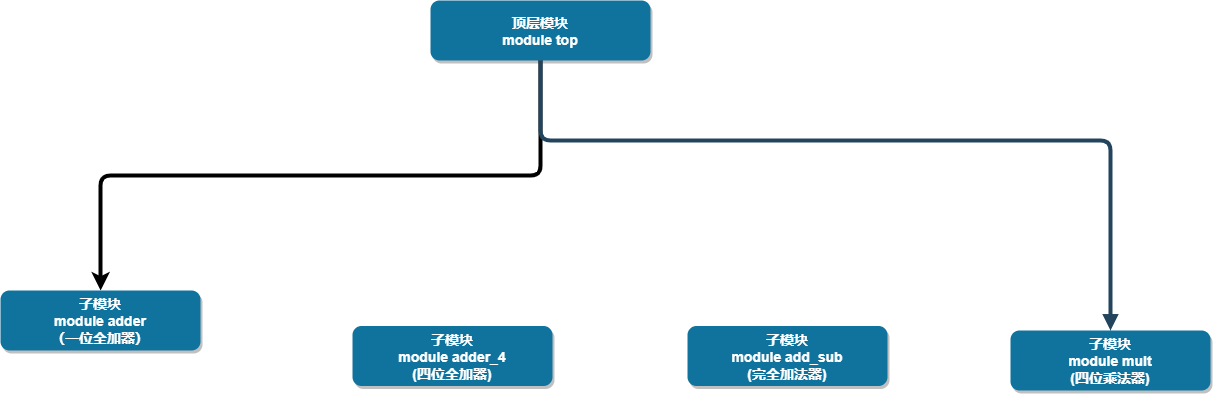
This is module_3.png from phanen/pic, a draw.io export, as it was before one commit. Source tidied: cells renumbered, new cells last; positions are measured from the earlier drawing's top-left corner, leaving out a move shared by most shapes.
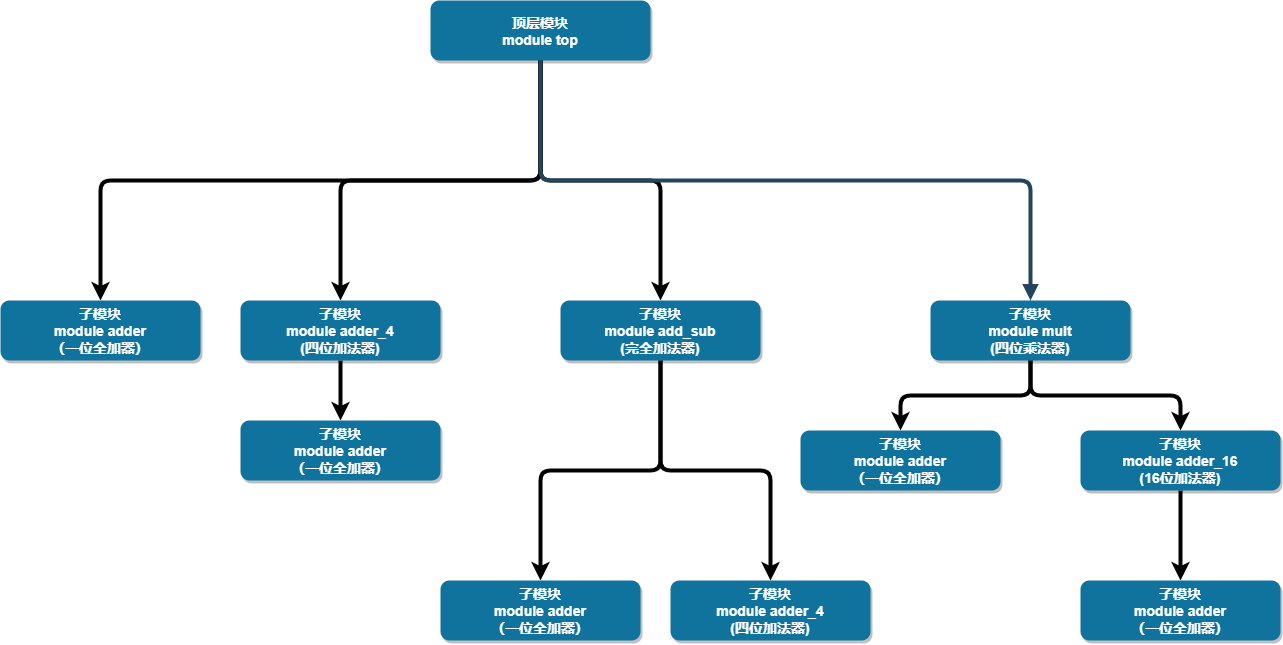
The same file after the commit.

The edit, as a diff of the source:
```diff
@@ -3,31 +3,79 @@
     <mxCell id="0" />
     <mxCell id="1" parent="0" />
     <mxCell id="2" style="edgeStyle=orthogonalEdgeStyle;rounded=1;jettySize=auto;html=1;exitX=0.5;exitY=1;exitDx=0;exitDy=0;strokeWidth=4;" parent="1" edge="1" source="3" target="4">
-      <mxGeometry relative="1" as="geometry" />
+      <mxGeometry relative="1" as="geometry">
+        <Array as="points">
+          <mxPoint x="540" y="120" />
+          <mxPoint x="100" y="120" />
+        </Array>
+      </mxGeometry>
     </mxCell>
+    <mxCell id="9" style="edgeStyle=orthogonalEdgeStyle;rounded=1;jettySize=auto;html=1;strokeWidth=4;" parent="1" edge="1" source="3" target="5">
+      <mxGeometry relative="1" as="geometry" />
+    </mxCell>
+    <mxCell id="10" style="edgeStyle=orthogonalEdgeStyle;rounded=1;jettySize=auto;html=1;entryX=0.5;entryY=0;entryDx=0;entryDy=0;strokeWidth=4;" parent="1" edge="1" source="3" target="6">
+      <mxGeometry relative="1" as="geometry" />
+    </mxCell>
     <mxCell id="3" value="顶层模块&#10;module top" style="rounded=1;fillColor=#10739E;strokeColor=none;shadow=1;gradientColor=none;fontStyle=1;fontColor=#FFFFFF;fontSize=14;" parent="1" vertex="1">
-      <mxGeometry x="430" width="220" height="60" as="geometry" />
+      <mxGeometry x="430" y="-60" width="220" height="60" as="geometry" />
     </mxCell>
     <mxCell id="4" value="子模块&#10;module adder&#10;（一位全加器）" style="rounded=1;fillColor=#10739E;strokeColor=none;shadow=1;gradientColor=none;fontStyle=1;fontColor=#FFFFFF;fontSize=14;" parent="1" vertex="1">
-      <mxGeometry y="290" width="200" height="60" as="geometry" />
+      <mxGeometry y="240" width="200" height="60" as="geometry" />
     </mxCell>
+    <mxCell id="11" style="edgeStyle=orthogonalEdgeStyle;rounded=1;jettySize=auto;html=1;strokeWidth=4;" parent="1" edge="1" source="5" target="17">
+      <mxGeometry relative="1" as="geometry" />
+    </mxCell>
-    <mxCell id="5" value="子模块&#10;module adder_4&#10;(四位全加器)" style="rounded=1;fillColor=#10739E;strokeColor=none;shadow=1;gradientColor=none;fontStyle=1;fontColor=#FFFFFF;fontSize=14;" parent="1" vertex="1">
-      <mxGeometry x="352" y="325.5" width="200" height="60" as="geometry" />
+    <mxCell id="5" value="子模块&#10;module adder_4&#10;(四位加法器)" style="rounded=1;fillColor=#10739E;strokeColor=none;shadow=1;gradientColor=none;fontStyle=1;fontColor=#FFFFFF;fontSize=14;" parent="1" vertex="1">
+      <mxGeometry x="240" y="240" width="200" height="60" as="geometry" />
     </mxCell>
+    <mxCell id="12" style="edgeStyle=orthogonalEdgeStyle;rounded=1;jettySize=auto;html=1;strokeWidth=4;" parent="1" edge="1" source="6" target="16">
+      <mxGeometry relative="1" as="geometry" />
+    </mxCell>
+    <mxCell id="13" style="edgeStyle=orthogonalEdgeStyle;rounded=1;jettySize=auto;html=1;entryX=0.5;entryY=0;entryDx=0;entryDy=0;strokeWidth=4;" parent="1" edge="1" source="6" target="22">
+      <mxGeometry relative="1" as="geometry" />
+    </mxCell>
     <mxCell id="6" value="子模块&#10;module add_sub&#10;(完全加法器)" style="rounded=1;fillColor=#10739E;strokeColor=none;shadow=1;gradientColor=none;fontStyle=1;fontColor=#FFFFFF;fontSize=14;" parent="1" vertex="1">
-      <mxGeometry x="687" y="325.5" width="200" height="60" as="geometry" />
+      <mxGeometry x="560" y="240" width="200" height="60" as="geometry" />
     </mxCell>
     <mxCell id="7" style="edgeStyle=elbowEdgeStyle;elbow=vertical;strokeWidth=4;endArrow=block;endFill=1;fontStyle=1;strokeColor=#23445D;entryX=0.5;entryY=0;entryDx=0;entryDy=0;" parent="1" edge="1" source="3" target="8">
       <mxGeometry x="22" y="165.5" as="geometry">
         <Array as="points">
+          <mxPoint x="660" y="120" />
           <mxPoint x="1100" y="140" />
           <mxPoint x="1000" y="110" />
           <mxPoint x="790" y="240" />
         </Array>
       </mxGeometry>
     </mxCell>
+    <mxCell id="14" style="edgeStyle=orthogonalEdgeStyle;rounded=1;jettySize=auto;html=1;exitX=0.5;exitY=1;exitDx=0;exitDy=0;entryX=0.5;entryY=0;entryDx=0;entryDy=0;strokeWidth=4;" parent="1" edge="1" source="8" target="20">
+      <mxGeometry relative="1" as="geometry" />
+    </mxCell>
+    <mxCell id="15" style="edgeStyle=orthogonalEdgeStyle;rounded=1;jettySize=auto;html=1;exitX=0.5;exitY=1;exitDx=0;exitDy=0;entryX=0.5;entryY=0;entryDx=0;entryDy=0;strokeWidth=4;" parent="1" edge="1" source="8" target="18">
+      <mxGeometry relative="1" as="geometry" />
+    </mxCell>
     <mxCell id="8" value="子模块&#10;module mult&#10;(四位乘法器)" style="rounded=1;fillColor=#10739E;strokeColor=none;shadow=1;gradientColor=none;fontStyle=1;fontColor=#FFFFFF;fontSize=14;" parent="1" vertex="1">
-      <mxGeometry x="1010" y="330" width="200" height="60" as="geometry" />
+      <mxGeometry x="930" y="240" width="200" height="60" as="geometry" />
     </mxCell>
+    <mxCell id="16" value="子模块&#10;module adder_4&#10;(四位加法器)" style="rounded=1;fillColor=#10739E;strokeColor=none;shadow=1;gradientColor=none;fontStyle=1;fontColor=#FFFFFF;fontSize=14;" parent="1" vertex="1">
+      <mxGeometry x="670" y="520" width="200" height="60" as="geometry" />
+    </mxCell>
+    <mxCell id="17" value="子模块&#10;module adder&#10;（一位全加器）" style="rounded=1;fillColor=#10739E;strokeColor=none;shadow=1;gradientColor=none;fontStyle=1;fontColor=#FFFFFF;fontSize=14;" parent="1" vertex="1">
+      <mxGeometry x="240" y="360" width="200" height="60" as="geometry" />
+    </mxCell>
+    <mxCell id="18" value="子模块&#10;module adder&#10;（一位全加器）" style="rounded=1;fillColor=#10739E;strokeColor=none;shadow=1;gradientColor=none;fontStyle=1;fontColor=#FFFFFF;fontSize=14;" parent="1" vertex="1">
+      <mxGeometry x="800" y="370" width="200" height="60" as="geometry" />
+    </mxCell>
+    <mxCell id="19" style="edgeStyle=orthogonalEdgeStyle;rounded=1;jettySize=auto;html=1;strokeWidth=4;" parent="1" edge="1" source="20" target="21">
+      <mxGeometry relative="1" as="geometry" />
+    </mxCell>
+    <mxCell id="20" value="子模块&#10;module adder_16&#10;(16位加法器)" style="rounded=1;fillColor=#10739E;strokeColor=none;shadow=1;gradientColor=none;fontStyle=1;fontColor=#FFFFFF;fontSize=14;" parent="1" vertex="1">
+      <mxGeometry x="1080" y="370" width="200" height="60" as="geometry" />
+    </mxCell>
+    <mxCell id="21" value="子模块&#10;module adder&#10;（一位全加器）" style="rounded=1;fillColor=#10739E;strokeColor=none;shadow=1;gradientColor=none;fontStyle=1;fontColor=#FFFFFF;fontSize=14;" parent="1" vertex="1">
+      <mxGeometry x="1080" y="520" width="200" height="60" as="geometry" />
+    </mxCell>
+    <mxCell id="22" value="子模块&#10;module adder&#10;（一位全加器）" style="rounded=1;fillColor=#10739E;strokeColor=none;shadow=1;gradientColor=none;fontStyle=1;fontColor=#FFFFFF;fontSize=14;" parent="1" vertex="1">
+      <mxGeometry x="440" y="520" width="200" height="60" as="geometry" />
+    </mxCell>
   </root>
 </mxGraphModel>
```
